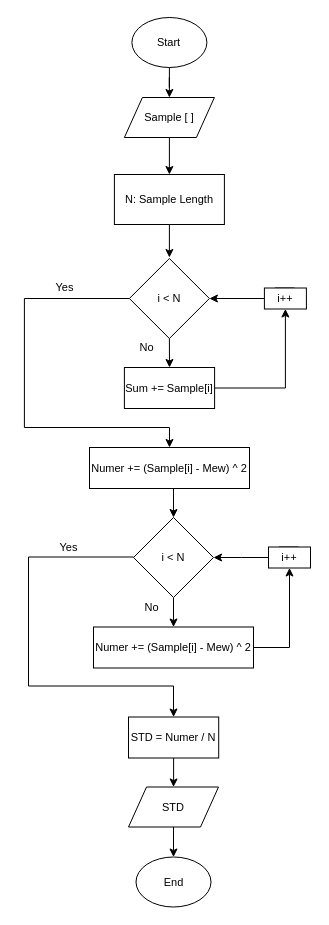
Before: src/Session2/Explanation/Modeling.drawio in eslamalaaeddin/AlgorithmsAnalysisAndDesignFromScratch, a draw.io diagram. Source tidied: cells renumbered, new cells numbered last; positions are measured from the earlier drawing's top-left corner, leaving out a move shared by most shapes. Both pictures are drawn from the tidied source at 100%, with x=0, y=0 at pixel (24, 17).
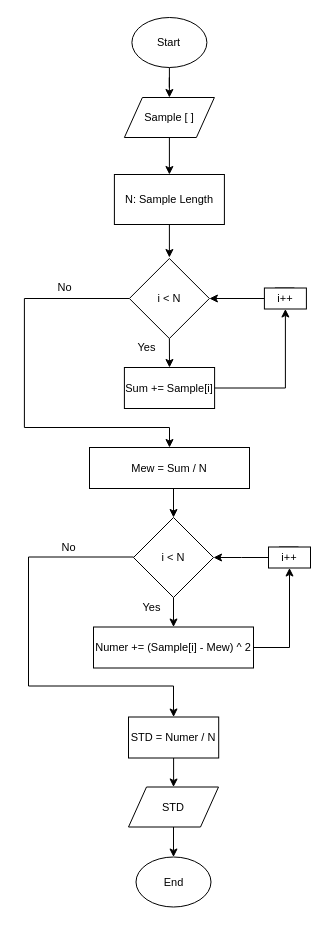
The same diagram, later.

Commit message (it also covers changes not shown here):
Fix - Session 2 - Changing Loop Condition in the Flow Chart

What changed in the source:
```diff
@@
-    <mxCell id="26" value="Yes" style="text;html=1;align=center;verticalAlign=middle;fontSize=11;" parent="1" vertex="1">
+    <mxCell id="26" value="No" style="text;html=1;align=center;verticalAlign=middle;fontSize=11;" parent="1" vertex="1">
       <mxGeometry x="24.9" y="260" width="30" height="20" as="geometry" />
     </mxCell>
-    <mxCell id="27" value="Yes" style="text;html=1;align=center;verticalAlign=middle;fontSize=11;" parent="1" vertex="1">
+    <mxCell id="27" value="No" style="text;html=1;align=center;verticalAlign=middle;fontSize=11;" parent="1" vertex="1">
       <mxGeometry x="29" y="519.5" width="30" height="20" as="geometry" />
     </mxCell>
-    <mxCell id="28" value="No" style="text;html=1;align=center;verticalAlign=middle;fontSize=11;" parent="1" vertex="1">
+    <mxCell id="28" value="Yes" style="text;html=1;align=center;verticalAlign=middle;fontSize=11;" parent="1" vertex="1">
       <mxGeometry x="107.4" y="320" width="30" height="20" as="geometry" />
     </mxCell>
-    <mxCell id="29" value="No" style="text;html=1;align=center;verticalAlign=middle;fontSize=11;" parent="1" vertex="1">
+    <mxCell id="29" value="Yes" style="text;html=1;align=center;verticalAlign=middle;fontSize=11;" parent="1" vertex="1">
       <mxGeometry x="111.5" y="580" width="30" height="20" as="geometry" />
     </mxCell>
@@
-    <mxCell id="34" value="Numer += (Sample[i] - Mew) ^ 2" style="rounded=0;whiteSpace=wrap;html=1;fontSize=11;" parent="1" vertex="1">
+    <mxCell id="34" value="Mew = Sum / N" style="rounded=0;whiteSpace=wrap;html=1;fontSize=11;" parent="1" vertex="1">
       <mxGeometry x="65" y="430" width="160" height="41" as="geometry" />
     </mxCell>
```
